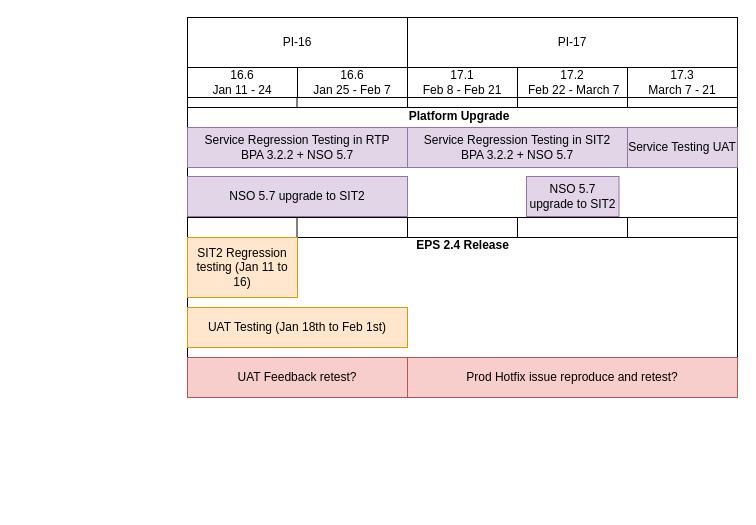
The draw.io diagram page "Page-6" (6 of 6) of SRF Life Cycle.drawio in nilaratandas/drowInventory, before the edit. Source tidied: cells renumbered, new cells numbered last; positions are measured from the earlier drawing's top-left corner, leaving out a move shared by most shapes. Both pictures are drawn from the tidied source at 100%, with x=0, y=0 at pixel (187, 17).
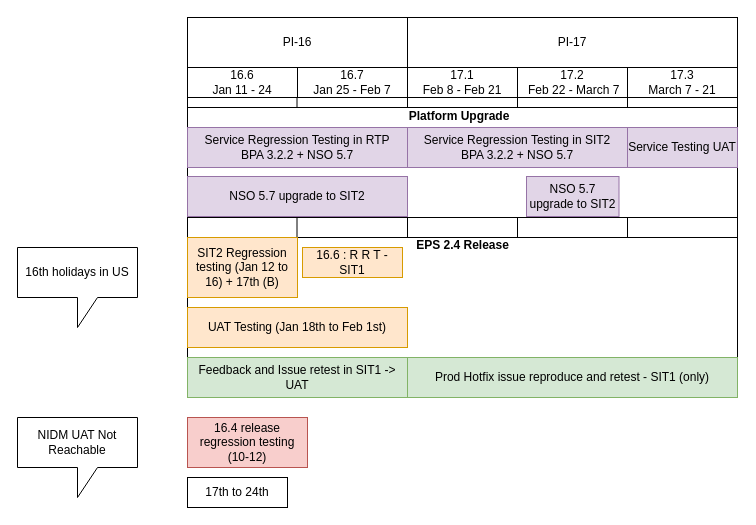
The same page after the edit.

Diff of the diagram source:
```diff
@@
-    <mxCell id="8" value="16.6&lt;br&gt;Jan 25 - Feb 7" style="rounded=0;whiteSpace=wrap;html=1;" parent="1" vertex="1">
+    <mxCell id="8" value="16.7&lt;br&gt;Jan 25 - Feb 7" style="rounded=0;whiteSpace=wrap;html=1;" parent="1" vertex="1">
       <mxGeometry x="110" y="50" width="110" height="30" as="geometry" />
     </mxCell>
@@
-    <mxCell id="19" value="SIT2 Regression testing (Jan 11 to 16)" style="rounded=0;whiteSpace=wrap;html=1;fillColor=#ffe6cc;strokeColor=#d79b00;" parent="1" vertex="1">
+    <mxCell id="19" value="SIT2 Regression testing (Jan 12 to 16) + 17th (B)" style="rounded=0;whiteSpace=wrap;html=1;fillColor=#ffe6cc;strokeColor=#d79b00;" parent="1" vertex="1">
       <mxGeometry y="220" width="110" height="60" as="geometry" />
     </mxCell>
@@
-    <mxCell id="25" value="UAT Feedback retest?" style="rounded=0;whiteSpace=wrap;html=1;fillColor=#f8cecc;strokeColor=#b85450;" parent="1" vertex="1">
+    <mxCell id="25" value="Feedback and Issue retest in SIT1 -&amp;gt; UAT" style="rounded=0;whiteSpace=wrap;html=1;fillColor=#d5e8d4;strokeColor=#82b366;" parent="1" vertex="1">
       <mxGeometry y="340" width="220" height="40" as="geometry" />
     </mxCell>
-    <mxCell id="26" value="Prod Hotfix issue reproduce and retest?" style="rounded=0;whiteSpace=wrap;html=1;fillColor=#f8cecc;strokeColor=#b85450;" parent="1" vertex="1">
+    <mxCell id="26" value="Prod Hotfix issue reproduce and retest - SIT1 (only)" style="rounded=0;whiteSpace=wrap;html=1;fillColor=#d5e8d4;strokeColor=#82b366;" parent="1" vertex="1">
       <mxGeometry x="220" y="340" width="330" height="40" as="geometry" />
     </mxCell>
@@
+    <mxCell id="28" value="16.4 release regression testing (10-12)" style="rounded=0;whiteSpace=wrap;html=1;fillColor=#f8cecc;strokeColor=#b85450;" parent="1" vertex="1">
+      <mxGeometry y="400" width="120" height="50" as="geometry" />
+    </mxCell>
+    <mxCell id="29" value="NIDM UAT Not Reachable" style="shape=callout;whiteSpace=wrap;html=1;perimeter=calloutPerimeter;" parent="1" vertex="1">
+      <mxGeometry x="-170" y="400" width="120" height="80" as="geometry" />
+    </mxCell>
+    <mxCell id="30" value="16th holidays in US" style="shape=callout;whiteSpace=wrap;html=1;perimeter=calloutPerimeter;" parent="1" vertex="1">
+      <mxGeometry x="-170" y="230" width="120" height="80" as="geometry" />
+    </mxCell>
+    <mxCell id="31" value="17th to 24th" style="rounded=0;whiteSpace=wrap;html=1;" parent="1" vertex="1">
+      <mxGeometry y="460" width="100" height="30" as="geometry" />
+    </mxCell>
+    <mxCell id="32" value="16.6 : R R T - SIT1" style="rounded=0;whiteSpace=wrap;html=1;fillColor=#ffe6cc;strokeColor=#d79b00;" parent="1" vertex="1">
+      <mxGeometry x="115" y="230" width="100" height="30" as="geometry" />
+    </mxCell>
```
